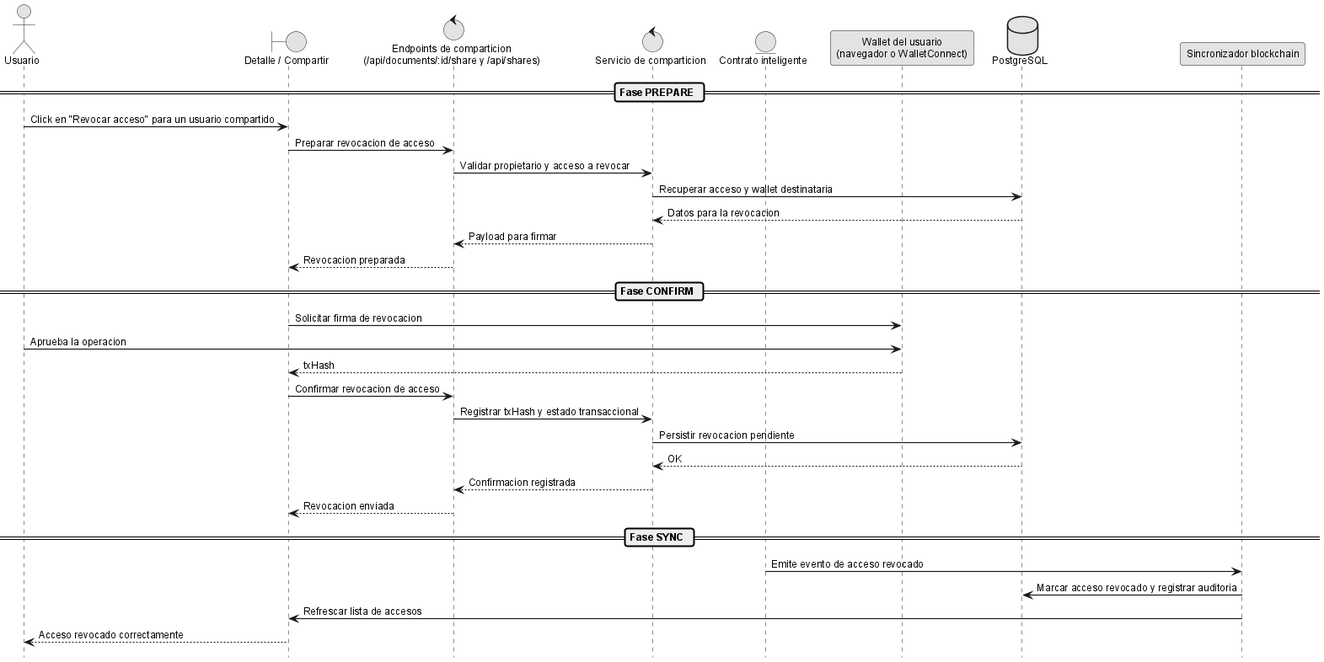
ErDeivih/DocumentChain keeps this PlantUML diagram as anexos/diagramas/seq-revoke-access.png. Above is the earlier version.
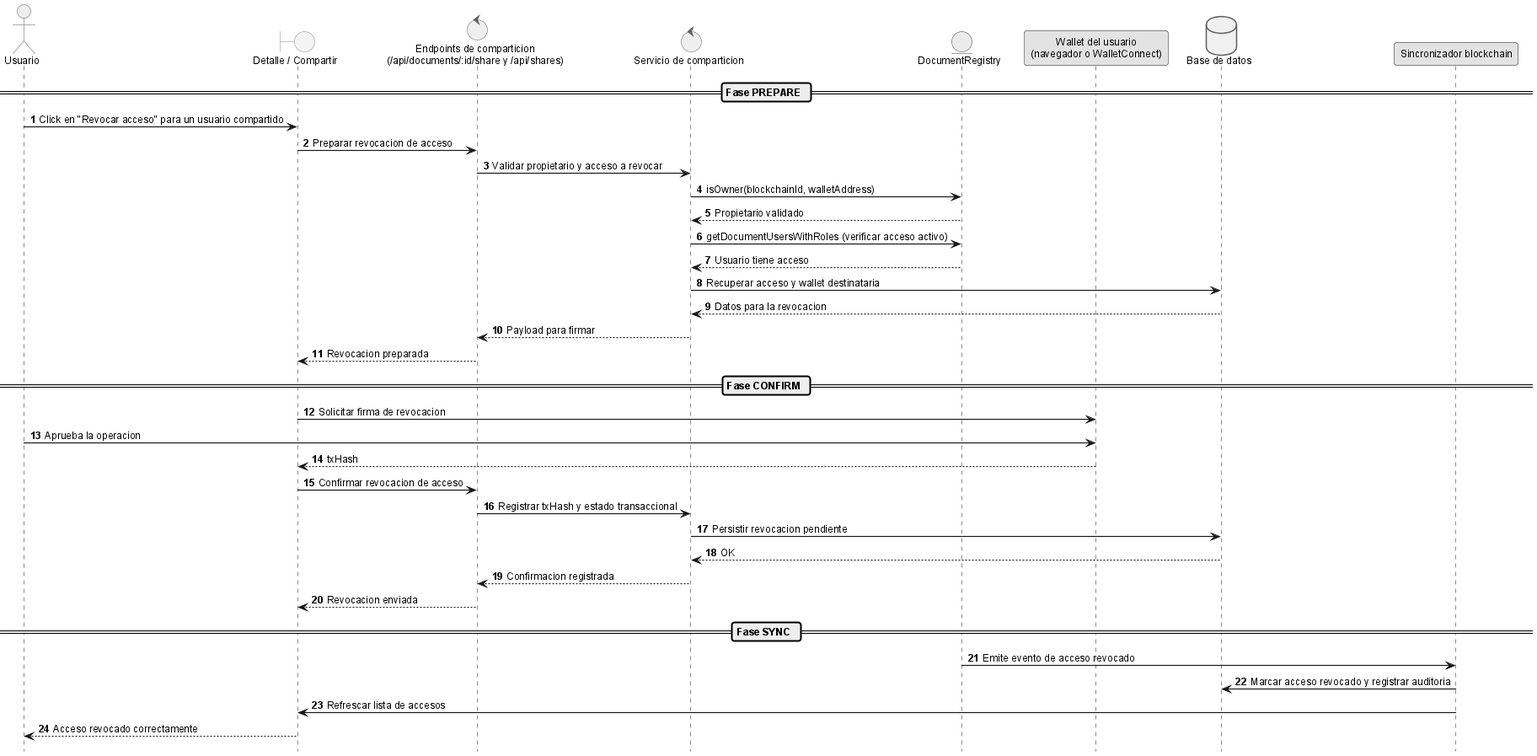
The same diagram one commit later.

Diff of the diagram source:
```diff
@@ -4,15 +4,19 @@
 boundary "Detalle / Compartir" as ui
 control "Endpoints de comparticion\n(/api/documents/:id/share y /api/shares)" as shareApi
 control "Servicio de comparticion" as srv
-entity "Contrato inteligente" as sc
+entity "DocumentRegistry" as sc
 participant "Wallet del usuario\n(navegador o WalletConnect)" as wallet
-database "PostgreSQL" as db
+database "Base de datos" as db
 participant "Sincronizador blockchain" as listener
 
 == Fase PREPARE ==
 user -> ui: Click en "Revocar acceso" para un usuario compartido
 ui -> shareApi: Preparar revocacion de acceso
 shareApi -> srv: Validar propietario y acceso a revocar
+srv -> sc: isOwner(blockchainId, walletAddress)
+sc --> srv: Propietario validado
+srv -> sc: getDocumentUsersWithRoles (verificar acceso activo)
+sc --> srv: Usuario tiene acceso
 srv -> db: Recuperar acceso y wallet destinataria
 db --> srv: Datos para la revocacion
 srv --> shareApi: Payload para firmar
```
